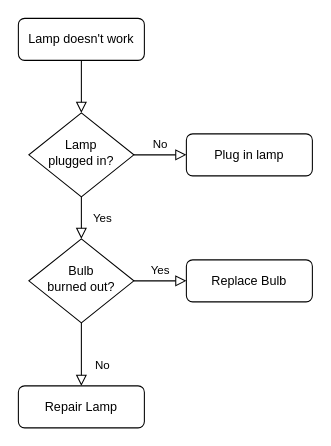
Before: Untitled Diagram.drawio in Yin-Freedom/flowchart, a draw.io diagram. Source tidied: cells renumbered, new cells numbered last; positions are measured from the earlier drawing's top-left corner, leaving out a move shared by most shapes. Both pictures are drawn from the tidied source at 105%, with x=0, y=0 at pixel (18, 18).
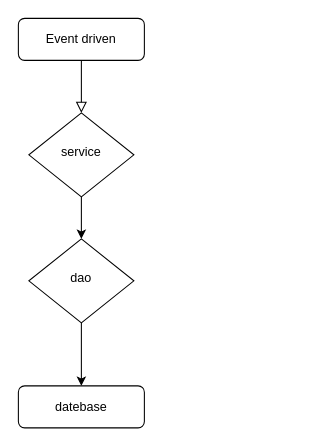
The same diagram, later.

Change to the diagram source:
```diff
@@
 <mxGraphModel>
   <root>
     <mxCell id="0" />
     <mxCell id="1" parent="0" />
-    <mxCell id="2" style="rounded=0;html=1;jettySize=auto;fontSize=11;endArrow=block;endFill=0;endSize=8;strokeWidth=1;shadow=0;labelBackgroundColor=none;edgeStyle=orthogonalEdgeStyle;" parent="1" edge="1" source="3" target="6">
+    <mxCell id="2" style="rounded=0;html=1;jettySize=auto;fontSize=11;endArrow=block;endFill=0;endSize=8;strokeWidth=1;shadow=0;labelBackgroundColor=none;edgeStyle=orthogonalEdgeStyle;entryX=0.5;entryY=0;entryDx=0;entryDy=0;" parent="1" edge="1" source="3" target="6">
       <mxGeometry relative="1" as="geometry" />
     </mxCell>
-    <mxCell id="3" value="Lamp doesn't work" style="rounded=1;whiteSpace=wrap;html=1;fontSize=12;glass=0;strokeWidth=1;shadow=0;" parent="1" vertex="1">
+    <mxCell id="3" value="Event driven" style="rounded=1;whiteSpace=wrap;html=1;fontSize=12;glass=0;strokeWidth=1;shadow=0;" parent="1" vertex="1">
       <mxGeometry width="120" height="40" as="geometry" />
     </mxCell>
-    <mxCell id="4" value="Yes" style="rounded=0;html=1;jettySize=auto;fontSize=11;endArrow=block;endFill=0;endSize=8;strokeWidth=1;shadow=0;labelBackgroundColor=none;edgeStyle=orthogonalEdgeStyle;" parent="1" edge="1" source="6" target="10">
-      <mxGeometry y="20" relative="1" as="geometry" />
+    <mxCell id="4" style="edgeStyle=orthogonalEdgeStyle;rounded=0;jettySize=auto;html=1;exitX=0.5;exitY=1;exitDx=0;exitDy=0;entryX=0.5;entryY=0;entryDx=0;entryDy=0;" parent="1" edge="1" source="6" target="10">
+      <mxGeometry relative="1" as="geometry" />
     </mxCell>
-    <mxCell id="5" value="No" style="edgeStyle=orthogonalEdgeStyle;rounded=0;html=1;jettySize=auto;fontSize=11;endArrow=block;endFill=0;endSize=8;strokeWidth=1;shadow=0;labelBackgroundColor=none;" parent="1" edge="1" source="6" target="7">
-      <mxGeometry y="10" relative="1" as="geometry" />
-    </mxCell>
-    <mxCell id="6" value="Lamp&lt;br&gt;plugged in?" style="rhombus;whiteSpace=wrap;html=1;shadow=0;fontFamily=Helvetica;fontSize=12;align=center;strokeWidth=1;spacing=6;spacingTop=-4;" parent="1" vertex="1">
+    <mxCell id="6" value="service" style="rhombus;whiteSpace=wrap;html=1;shadow=0;fontFamily=Helvetica;fontSize=12;align=center;strokeWidth=1;spacing=6;spacingTop=-4;" parent="1" vertex="1">
       <mxGeometry x="10" y="90" width="100" height="80" as="geometry" />
     </mxCell>
-    <mxCell id="7" value="Plug in lamp" style="rounded=1;whiteSpace=wrap;html=1;fontSize=12;glass=0;strokeWidth=1;shadow=0;" parent="1" vertex="1">
-      <mxGeometry x="160" y="110" width="120" height="40" as="geometry" />
-    </mxCell>
-    <mxCell id="8" value="No" style="rounded=0;html=1;jettySize=auto;fontSize=11;endArrow=block;endFill=0;endSize=8;strokeWidth=1;shadow=0;labelBackgroundColor=none;edgeStyle=orthogonalEdgeStyle;" parent="1" edge="1" source="10" target="11">
-      <mxGeometry x="0.33" y="20" relative="1" as="geometry" />
+    <mxCell id="8" style="edgeStyle=orthogonalEdgeStyle;rounded=0;jettySize=auto;html=1;exitX=0.5;exitY=1;exitDx=0;exitDy=0;entryX=0.5;entryY=0;entryDx=0;entryDy=0;" parent="1" edge="1" source="10" target="11">
+      <mxGeometry relative="1" as="geometry" />
     </mxCell>
-    <mxCell id="9" value="Yes" style="edgeStyle=orthogonalEdgeStyle;rounded=0;html=1;jettySize=auto;fontSize=11;endArrow=block;endFill=0;endSize=8;strokeWidth=1;shadow=0;labelBackgroundColor=none;" parent="1" edge="1" source="10" target="12">
-      <mxGeometry y="10" relative="1" as="geometry" />
-    </mxCell>
-    <mxCell id="10" value="Bulb&lt;br&gt;burned out?" style="rhombus;whiteSpace=wrap;html=1;shadow=0;fontFamily=Helvetica;fontSize=12;align=center;strokeWidth=1;spacing=6;spacingTop=-4;" parent="1" vertex="1">
+    <mxCell id="10" value="dao" style="rhombus;whiteSpace=wrap;html=1;shadow=0;fontFamily=Helvetica;fontSize=12;align=center;strokeWidth=1;spacing=6;spacingTop=-4;" parent="1" vertex="1">
       <mxGeometry x="10" y="210" width="100" height="80" as="geometry" />
     </mxCell>
-    <mxCell id="11" value="Repair Lamp" style="rounded=1;whiteSpace=wrap;html=1;fontSize=12;glass=0;strokeWidth=1;shadow=0;" parent="1" vertex="1">
+    <mxCell id="11" value="datebase" style="rounded=1;whiteSpace=wrap;html=1;fontSize=12;glass=0;strokeWidth=1;shadow=0;" parent="1" vertex="1">
       <mxGeometry y="350" width="120" height="40" as="geometry" />
     </mxCell>
-    <mxCell id="12" value="Replace Bulb" style="rounded=1;whiteSpace=wrap;html=1;fontSize=12;glass=0;strokeWidth=1;shadow=0;" parent="1" vertex="1">
-      <mxGeometry x="160" y="230" width="120" height="40" as="geometry" />
-    </mxCell>
   </root>
 </mxGraphModel>
```
